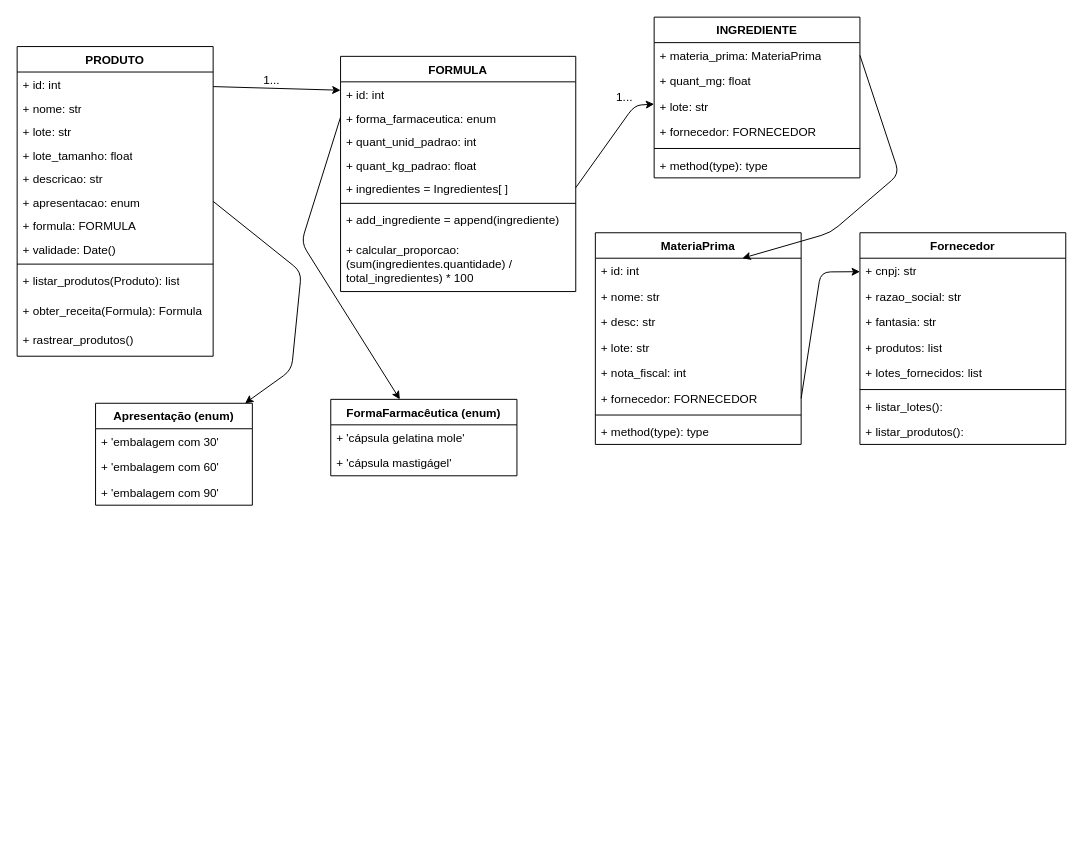
The draw.io diagram docs/diagram_class.drawio in alexandrefreitass/controle-de-capsulas, before the edit. Source tidied: cells renumbered, new cells numbered last; positions are measured from the earlier drawing's top-left corner, leaving out a move shared by most shapes. Both pictures are drawn from the tidied source at 98%, with x=0, y=0 at pixel (17, 17).
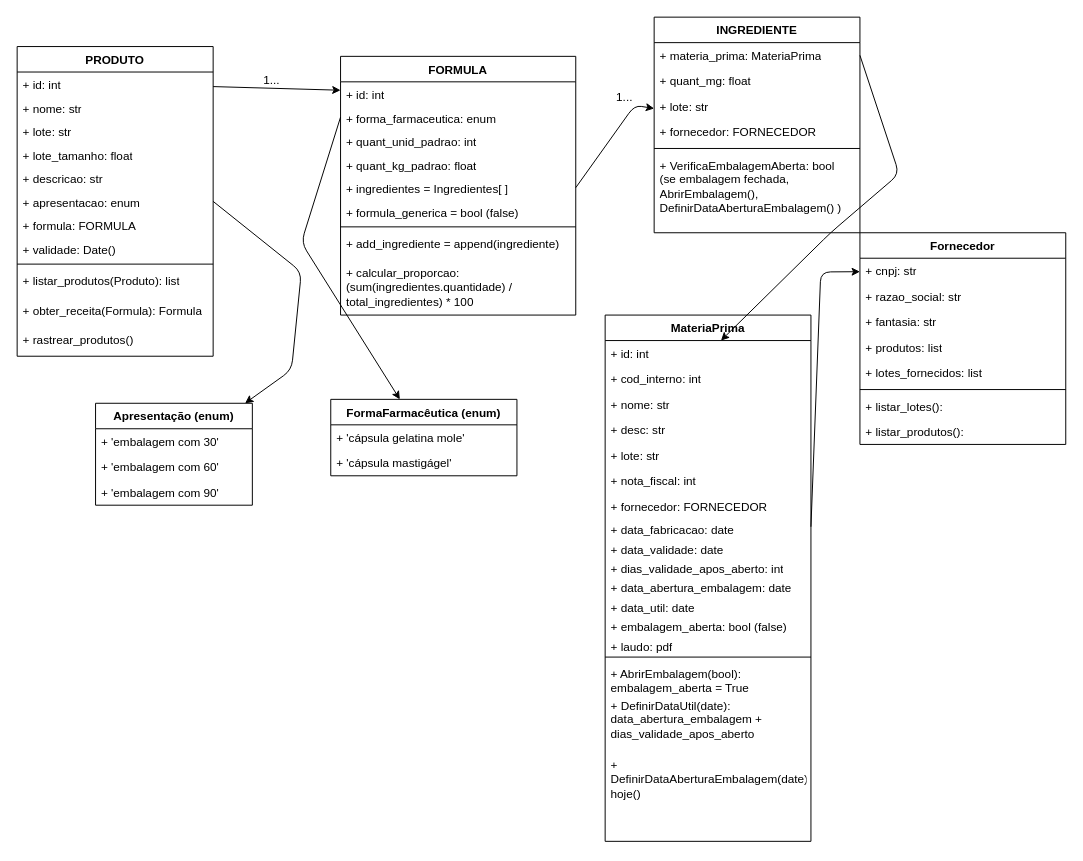
The same page after the edit.

Commit message (it also covers changes not shown here):
Remoção de scripts de protótico e inserção de novas entidades e métodos no diagrama do projeto

The edit, as a diff of the source:
```diff
@@
     <mxCell id="15" value="FORMULA" style="swimlane;fontStyle=1;align=center;verticalAlign=top;horizontal=1;startSize=26;whiteSpace=wrap;html=1;" parent="1" vertex="1">
-      <mxGeometry x="330" y="40" width="240" height="240" as="geometry" />
+      <mxGeometry x="330" y="40" width="240" height="264" as="geometry" />
     </mxCell>
@@
+    <mxCell id="64" value="&lt;div&gt;+ formula_generica = bool (false)&lt;/div&gt;" style="text;strokeColor=none;fillColor=none;align=left;verticalAlign=top;spacingLeft=4;spacingRight=4;overflow=hidden;whiteSpace=wrap;html=1;" parent="15" vertex="1">
+      <mxGeometry y="146" width="240" height="24" as="geometry" />
+    </mxCell>
     <mxCell id="21" style="line;strokeWidth=1;fillColor=none;align=left;verticalAlign=middle;spacingTop=-1;spacingLeft=3;spacingRight=3;labelPosition=right;strokeColor=inherit;" parent="15" vertex="1">
-      <mxGeometry y="146" width="240" height="8" as="geometry" />
+      <mxGeometry y="170" width="240" height="8" as="geometry" />
     </mxCell>
     <mxCell id="22" value="+ add_ingrediente = append(ingrediente)" style="text;strokeColor=none;fillColor=none;align=left;verticalAlign=top;spacingLeft=4;spacingRight=4;overflow=hidden;whiteSpace=wrap;html=1;" parent="15" vertex="1">
-      <mxGeometry y="154" width="240" height="30" as="geometry" />
+      <mxGeometry y="178" width="240" height="30" as="geometry" />
     </mxCell>
     <mxCell id="23" value="+ calcular_proporcao: (sum(ingredientes.quantidade) / total_ingredientes) * 100" style="text;strokeColor=none;fillColor=none;align=left;verticalAlign=top;spacingLeft=4;spacingRight=4;overflow=hidden;whiteSpace=wrap;html=1;" parent="15" vertex="1">
-      <mxGeometry y="184" width="240" height="56" as="geometry" />
+      <mxGeometry y="208" width="240" height="56" as="geometry" />
     </mxCell>
@@
     <mxCell id="25" value="MateriaPrima" style="swimlane;fontStyle=1;align=center;verticalAlign=top;horizontal=1;startSize=26;whiteSpace=wrap;html=1;" parent="1" vertex="1">
-      <mxGeometry x="590" y="220" width="210" height="216" as="geometry" />
+      <mxGeometry x="600" y="304" width="210" height="537" as="geometry" />
     </mxCell>
@@
+    <mxCell id="65" value="+ cod_interno: int" style="text;strokeColor=none;fillColor=none;align=left;verticalAlign=top;spacingLeft=4;spacingRight=4;overflow=hidden;whiteSpace=wrap;html=1;" parent="25" vertex="1">
+      <mxGeometry y="52" width="210" height="26" as="geometry" />
+    </mxCell>
     <mxCell id="27" value="+ nome: str" style="text;strokeColor=none;fillColor=none;align=left;verticalAlign=top;spacingLeft=4;spacingRight=4;overflow=hidden;whiteSpace=wrap;html=1;" parent="25" vertex="1">
-      <mxGeometry y="52" width="210" height="26" as="geometry" />
+      <mxGeometry y="78" width="210" height="26" as="geometry" />
     </mxCell>
     <mxCell id="28" value="+ desc: str" style="text;strokeColor=none;fillColor=none;align=left;verticalAlign=top;spacingLeft=4;spacingRight=4;overflow=hidden;whiteSpace=wrap;html=1;" parent="25" vertex="1">
-      <mxGeometry y="78" width="210" height="26" as="geometry" />
+      <mxGeometry y="104" width="210" height="26" as="geometry" />
     </mxCell>
     <mxCell id="29" value="+ lote: str" style="text;strokeColor=none;fillColor=none;align=left;verticalAlign=top;spacingLeft=4;spacingRight=4;overflow=hidden;whiteSpace=wrap;html=1;" parent="25" vertex="1">
-      <mxGeometry y="104" width="210" height="26" as="geometry" />
+      <mxGeometry y="130" width="210" height="26" as="geometry" />
     </mxCell>
     <mxCell id="30" value="+ nota_fiscal: int" style="text;strokeColor=none;fillColor=none;align=left;verticalAlign=top;spacingLeft=4;spacingRight=4;overflow=hidden;whiteSpace=wrap;html=1;" parent="25" vertex="1">
-      <mxGeometry y="130" width="210" height="26" as="geometry" />
+      <mxGeometry y="156" width="210" height="26" as="geometry" />
     </mxCell>
+    <mxCell id="66" value="+ fornecedor: FORNECEDOR" style="text;strokeColor=none;fillColor=none;align=left;verticalAlign=top;spacingLeft=4;spacingRight=4;overflow=hidden;whiteSpace=wrap;html=1;" parent="25" vertex="1">
+      <mxGeometry y="182" width="210" height="24" as="geometry" />
+    </mxCell>
-    <mxCell id="31" value="+ fornecedor: FORNECEDOR" style="text;strokeColor=none;fillColor=none;align=left;verticalAlign=top;spacingLeft=4;spacingRight=4;overflow=hidden;points=[[0,0.5],[1,0.5]];portConstraint=eastwest;whiteSpace=wrap;html=1;" parent="25" vertex="1">
-      <mxGeometry y="156" width="210" height="26" as="geometry" />
+    <mxCell id="31" value="+ data_fabricacao: date" style="text;strokeColor=none;fillColor=none;align=left;verticalAlign=top;spacingLeft=4;spacingRight=4;overflow=hidden;points=[[0,0.5],[1,0.5]];portConstraint=eastwest;whiteSpace=wrap;html=1;" parent="25" vertex="1">
+      <mxGeometry y="206" width="210" height="20" as="geometry" />
     </mxCell>
+    <mxCell id="67" value="&lt;span style=&quot;color: rgb(0, 0, 0);&quot;&gt;+ data_validade: date&lt;/span&gt;" style="text;strokeColor=none;fillColor=none;align=left;verticalAlign=top;spacingLeft=4;spacingRight=4;overflow=hidden;whiteSpace=wrap;html=1;" parent="25" vertex="1">
+      <mxGeometry y="226" width="210" height="20" as="geometry" />
+    </mxCell>
+    <mxCell id="68" value="&lt;span style=&quot;color: rgb(0, 0, 0);&quot;&gt;+ dias_validade_apos_aberto: int&lt;/span&gt;" style="text;strokeColor=none;fillColor=none;align=left;verticalAlign=top;spacingLeft=4;spacingRight=4;overflow=hidden;whiteSpace=wrap;html=1;" parent="25" vertex="1">
+      <mxGeometry y="246" width="210" height="19" as="geometry" />
+    </mxCell>
+    <mxCell id="69" value="&lt;span style=&quot;color: rgb(0, 0, 0);&quot;&gt;+ data_abertura_embalagem: date&lt;/span&gt;" style="text;strokeColor=none;fillColor=none;align=left;verticalAlign=top;spacingLeft=4;spacingRight=4;overflow=hidden;whiteSpace=wrap;html=1;" parent="25" vertex="1">
+      <mxGeometry y="265" width="210" height="20" as="geometry" />
+    </mxCell>
+    <mxCell id="70" value="&lt;span style=&quot;color: rgb(0, 0, 0);&quot;&gt;+ data_util: date&lt;/span&gt;" style="text;strokeColor=none;fillColor=none;align=left;verticalAlign=top;spacingLeft=4;spacingRight=4;overflow=hidden;whiteSpace=wrap;html=1;" parent="25" vertex="1">
+      <mxGeometry y="285" width="210" height="20" as="geometry" />
+    </mxCell>
+    <mxCell id="71" value="&lt;span style=&quot;color: rgb(0, 0, 0);&quot;&gt;+ embalagem_aberta: bool (false)&lt;/span&gt;" style="text;strokeColor=none;fillColor=none;align=left;verticalAlign=top;spacingLeft=4;spacingRight=4;overflow=hidden;whiteSpace=wrap;html=1;" parent="25" vertex="1">
+      <mxGeometry y="305" width="210" height="20" as="geometry" />
+    </mxCell>
+    <mxCell id="72" value="&lt;span style=&quot;color: rgb(0, 0, 0);&quot;&gt;+ laudo: pdf&lt;/span&gt;" style="text;strokeColor=none;fillColor=none;align=left;verticalAlign=top;spacingLeft=4;spacingRight=4;overflow=hidden;whiteSpace=wrap;html=1;" parent="25" vertex="1">
+      <mxGeometry y="325" width="210" height="20" as="geometry" />
+    </mxCell>
     <mxCell id="32" style="line;strokeWidth=1;fillColor=none;align=left;verticalAlign=middle;spacingTop=-1;spacingLeft=3;spacingRight=3;labelPosition=right;strokeColor=inherit;" parent="25" vertex="1">
-      <mxGeometry y="182" width="210" height="8" as="geometry" />
+      <mxGeometry y="345" width="210" height="8" as="geometry" />
     </mxCell>
-    <mxCell id="33" value="+ method(type): type" style="text;strokeColor=none;fillColor=none;align=left;verticalAlign=top;spacingLeft=4;spacingRight=4;overflow=hidden;whiteSpace=wrap;html=1;" parent="25" vertex="1">
-      <mxGeometry y="190" width="210" height="26" as="geometry" />
+    <mxCell id="33" value="+ AbrirEmbalagem(bool): embalagem_aberta = True" style="text;strokeColor=none;fillColor=none;align=left;verticalAlign=top;spacingLeft=4;spacingRight=4;overflow=hidden;whiteSpace=wrap;html=1;" parent="25" vertex="1">
+      <mxGeometry y="353" width="210" height="32" as="geometry" />
     </mxCell>
+    <mxCell id="73" value="+ DefinirDataUtil(date): data_abertura_embalagem + dias_validade_apos_aberto" style="text;strokeColor=none;fillColor=none;align=left;verticalAlign=top;spacingLeft=4;spacingRight=4;overflow=hidden;whiteSpace=wrap;html=1;" parent="25" vertex="1">
+      <mxGeometry y="385" width="210" height="61" as="geometry" />
+    </mxCell>
+    <mxCell id="74" value="+ DefinirDataAberturaEmbalagem(date): hoje()" style="text;strokeColor=none;fillColor=none;align=left;verticalAlign=top;spacingLeft=4;spacingRight=4;overflow=hidden;whiteSpace=wrap;html=1;" parent="25" vertex="1">
+      <mxGeometry y="446" width="210" height="91" as="geometry" />
+    </mxCell>
@@
     <mxCell id="43" value="INGREDIENTE" style="swimlane;fontStyle=1;align=center;verticalAlign=top;horizontal=1;startSize=26;whiteSpace=wrap;html=1;" parent="1" vertex="1">
-      <mxGeometry x="650" width="210" height="164" as="geometry" />
+      <mxGeometry x="650" width="210" height="220" as="geometry" />
     </mxCell>
@@
-    <mxCell id="49" value="+ method(type): type" style="text;strokeColor=none;fillColor=none;align=left;verticalAlign=top;spacingLeft=4;spacingRight=4;overflow=hidden;whiteSpace=wrap;html=1;" parent="43" vertex="1">
-      <mxGeometry y="138" width="210" height="26" as="geometry" />
+    <mxCell id="49" value="+ VerificaEmbalagemAberta: bool&lt;div&gt;(se embalagem fechada, AbrirEmbalagem(), DefinirDataAberturaEmbalagem() )&lt;/div&gt;" style="text;strokeColor=none;fillColor=none;align=left;verticalAlign=top;spacingLeft=4;spacingRight=4;overflow=hidden;whiteSpace=wrap;html=1;" parent="43" vertex="1">
+      <mxGeometry y="138" width="210" height="82" as="geometry" />
     </mxCell>
```
